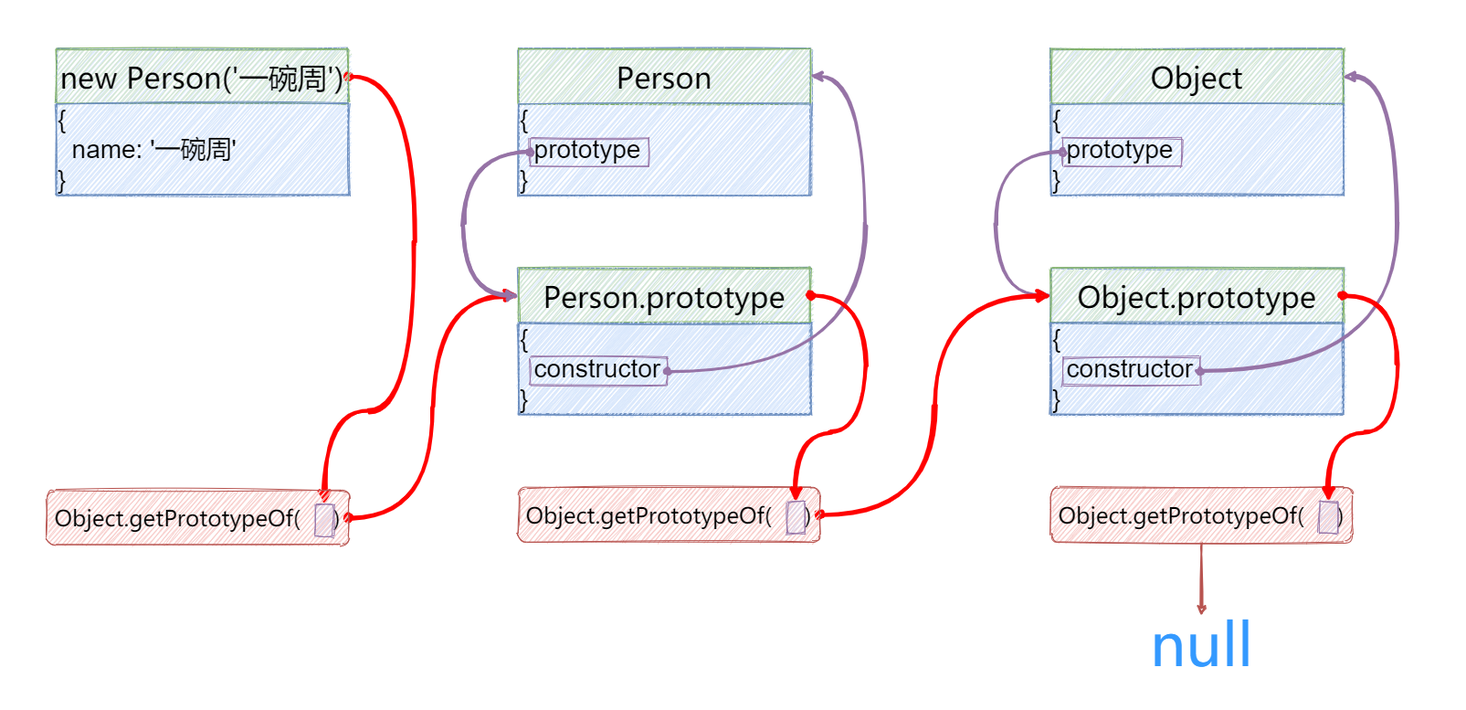
Above: 04_JavaScript高级语法/06_原型链/image/原型链.png in ywanzhou/Learn-front-end-from-scratc (draw.io), before the change. Source tidied: cells renumbered, new cells last; positions are measured from the earlier drawing's top-left corner, leaving out a move shared by most shapes.
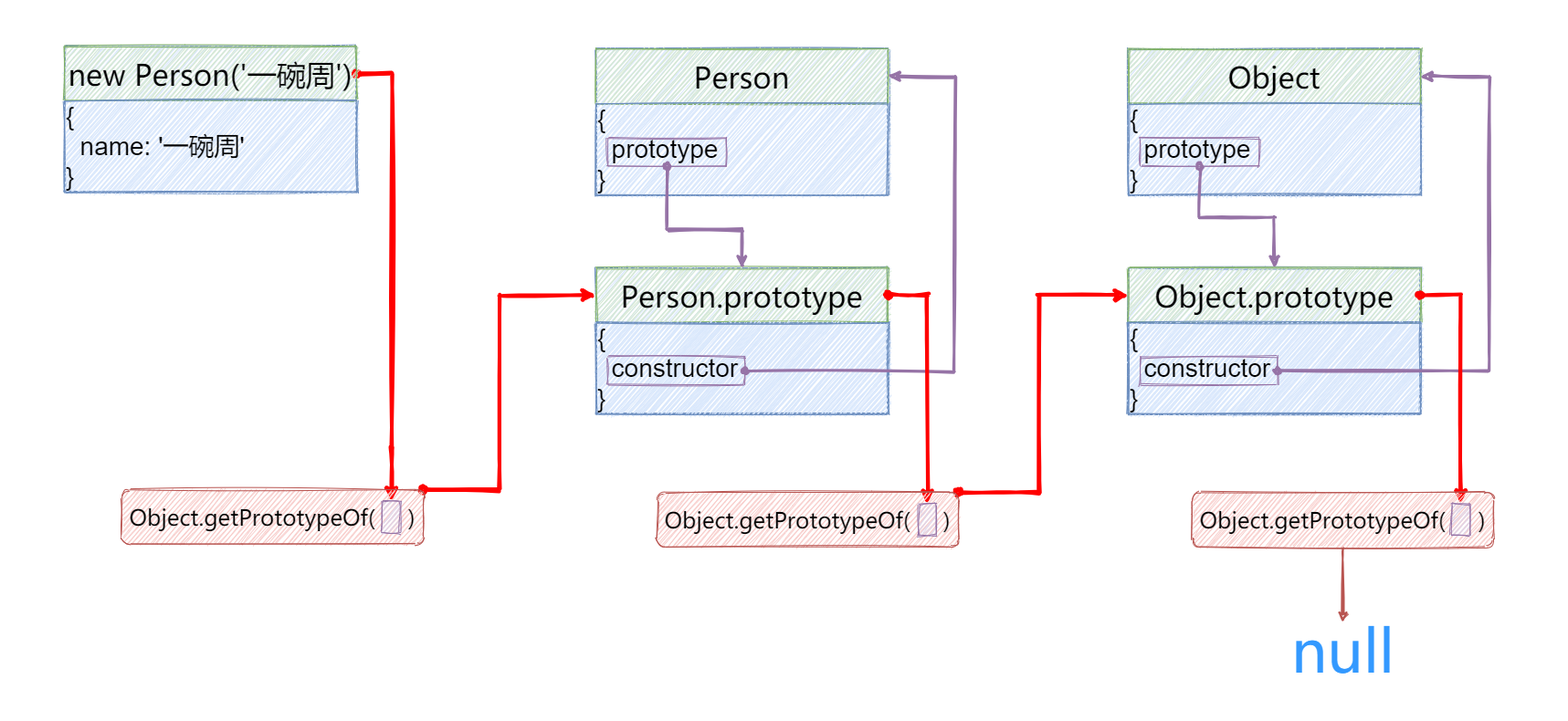
The same diagram one commit later.

Commit message:
原型链图优化

The edit, as a diff of the source:
```diff
@@ -2,6 +2,9 @@
   <root>
     <mxCell id="0" />
     <mxCell id="1" parent="0" />
+    <mxCell id="41" style="rounded=0;whiteSpace=wrap;html=1;fillColor=none;strokeColor=none;" parent="1" vertex="1">
+      <mxGeometry x="-85" width="1716" height="789" as="geometry" />
+    </mxCell>
     <mxCell id="2" style="rounded=0;whiteSpace=wrap;html=1;fillColor=#dae8fc;strokeColor=#6c8ebf;sketch=1;" parent="1" vertex="1">
       <mxGeometry x="1150" y="53" width="320" height="160" as="geometry" />
     </mxCell>
@@ -23,22 +26,17 @@
     <mxCell id="8" value="&lt;font style=&quot;font-size: 28px&quot;&gt;{&lt;br&gt;&amp;nbsp; constructor&lt;br&gt;}&lt;/font&gt;" style="rounded=0;whiteSpace=wrap;html=1;fillColor=#dae8fc;strokeColor=#6c8ebf;align=left;sketch=1;" parent="1" vertex="1">
       <mxGeometry x="1150" y="353" width="320" height="100" as="geometry" />
     </mxCell>
-    <mxCell id="9" style="edgeStyle=orthogonalEdgeStyle;curved=1;rounded=0;jettySize=auto;html=1;exitX=0;exitY=0.5;exitDx=0;exitDy=0;entryX=0;entryY=0.5;entryDx=0;entryDy=0;strokeWidth=3;fillColor=#e1d5e7;strokeColor=#9673a6;sketch=1;startArrow=oval;startFill=1;" parent="1" edge="1" source="10" target="5">
-      <mxGeometry relative="1" as="geometry">
-        <Array as="points">
-          <mxPoint x="1090" y="166" />
-          <mxPoint x="1090" y="323" />
-        </Array>
-      </mxGeometry>
+    <mxCell id="9" style="edgeStyle=orthogonalEdgeStyle;rounded=0;jettySize=auto;html=1;exitX=0.5;exitY=1;exitDx=0;exitDy=0;entryX=0.5;entryY=0;entryDx=0;entryDy=0;strokeWidth=3;fillColor=#e1d5e7;strokeColor=#9673a6;sketch=1;startArrow=oval;startFill=1;" parent="1" edge="1" source="10" target="5">
+      <mxGeometry relative="1" as="geometry" />
     </mxCell>
     <mxCell id="10" style="rounded=0;whiteSpace=wrap;html=1;strokeColor=#9673a6;fillColor=none;sketch=1;" parent="1" vertex="1">
       <mxGeometry x="1163" y="150.5" width="130" height="31" as="geometry" />
     </mxCell>
-    <mxCell id="11" style="edgeStyle=orthogonalEdgeStyle;curved=1;rounded=0;jettySize=auto;html=1;exitX=1;exitY=0.5;exitDx=0;exitDy=0;entryX=1;entryY=0.5;entryDx=0;entryDy=0;strokeWidth=3;fillColor=#e1d5e7;strokeColor=#9673a6;sketch=1;startArrow=oval;startFill=1;" parent="1" edge="1" source="12" target="3">
+    <mxCell id="11" style="edgeStyle=orthogonalEdgeStyle;rounded=0;jettySize=auto;html=1;exitX=1;exitY=0.5;exitDx=0;exitDy=0;entryX=1;entryY=0.5;entryDx=0;entryDy=0;strokeWidth=3;fillColor=#e1d5e7;strokeColor=#9673a6;sketch=1;startArrow=oval;startFill=1;" parent="1" edge="1" source="12" target="3">
       <mxGeometry relative="1" as="geometry">
         <Array as="points">
-          <mxPoint x="1530" y="406" />
-          <mxPoint x="1530" y="83" />
+          <mxPoint x="1545" y="406" />
+          <mxPoint x="1545" y="83" />
         </Array>
       </mxGeometry>
     </mxCell>
@@ -48,23 +46,15 @@
     <mxCell id="13" style="edgeStyle=orthogonalEdgeStyle;curved=1;rounded=0;jettySize=auto;html=1;exitX=0.5;exitY=1;exitDx=0;exitDy=0;entryX=0.5;entryY=0;entryDx=0;entryDy=0;strokeWidth=2;fillColor=#f8cecc;strokeColor=#b85450;sketch=1;" parent="1" edge="1" source="14" target="17">
       <mxGeometry relative="1" as="geometry" />
     </mxCell>
-    <mxCell id="14" value="&lt;font face=&quot;ZCOOL KuaiLe&quot; style=&quot;font-size: 24px&quot;&gt;Object.getPrototypeOf(&lt;/font&gt;&lt;font face=&quot;ZCOOL KuaiLe&quot; size=&quot;1&quot;&gt;&amp;nbsp; &amp;nbsp; &amp;nbsp; &amp;nbsp; &amp;nbsp; &amp;nbsp;&amp;nbsp;&lt;/font&gt;&lt;font face=&quot;ZCOOL KuaiLe&quot; style=&quot;font-size: 24px&quot;&gt;)&lt;/font&gt;" style="rounded=1;whiteSpace=wrap;html=1;fillColor=#f8cecc;strokeColor=#b85450;sketch=1;" parent="1" vertex="1">
-      <mxGeometry x="1150" y="533" width="330" height="60" as="geometry" />
-    </mxCell>
-    <mxCell id="15" style="rounded=0;whiteSpace=wrap;html=1;fillColor=#e1d5e7;strokeColor=#9673a6;sketch=1;" parent="1" vertex="1">
-      <mxGeometry x="1444" y="548.5" width="20" height="35" as="geometry" />
-    </mxCell>
-    <mxCell id="16" style="edgeStyle=orthogonalEdgeStyle;curved=1;rounded=0;jettySize=auto;html=1;exitX=1;exitY=0.5;exitDx=0;exitDy=0;entryX=0.5;entryY=0;entryDx=0;entryDy=0;strokeWidth=4;fillColor=#f8cecc;sketch=1;startArrow=oval;startFill=1;strokeColor=#FF0000;" parent="1" edge="1" source="5" target="15">
+    <mxCell id="16" style="edgeStyle=orthogonalEdgeStyle;rounded=0;jettySize=auto;html=1;exitX=1;exitY=0.5;exitDx=0;exitDy=0;entryX=0.5;entryY=0;entryDx=0;entryDy=0;strokeWidth=4;fillColor=#f8cecc;sketch=1;startArrow=oval;startFill=1;strokeColor=#FF0000;" parent="1" edge="1" source="5" target="15">
       <mxGeometry relative="1" as="geometry">
         <Array as="points">
-          <mxPoint x="1530" y="323" />
-          <mxPoint x="1530" y="473" />
-          <mxPoint x="1454" y="473" />
+          <mxPoint x="1514" y="323" />
         </Array>
       </mxGeometry>
     </mxCell>
     <mxCell id="17" value="&lt;font style=&quot;font-size: 64px&quot; face=&quot;ZCOOL KuaiLe&quot; color=&quot;#3399ff&quot;&gt;null&lt;/font&gt;" style="text;html=1;fillColor=none;align=center;verticalAlign=middle;whiteSpace=wrap;rounded=0;sketch=1;" parent="1" vertex="1">
-      <mxGeometry x="1247.5" y="673" width="135" height="60" as="geometry" />
+      <mxGeometry x="1317.5" y="681" width="135" height="60" as="geometry" />
     </mxCell>
     <mxCell id="18" style="rounded=0;whiteSpace=wrap;html=1;fillColor=#dae8fc;strokeColor=#6c8ebf;sketch=1;" parent="1" vertex="1">
       <mxGeometry x="567" y="53" width="320" height="160" as="geometry" />
@@ -87,85 +77,95 @@
     <mxCell id="24" value="&lt;font style=&quot;font-size: 28px&quot;&gt;{&lt;br&gt;&amp;nbsp; constructor&lt;br&gt;}&lt;/font&gt;" style="rounded=0;whiteSpace=wrap;html=1;fillColor=#dae8fc;strokeColor=#6c8ebf;align=left;sketch=1;" parent="1" vertex="1">
       <mxGeometry x="567" y="353" width="320" height="100" as="geometry" />
     </mxCell>
-    <mxCell id="25" style="edgeStyle=orthogonalEdgeStyle;curved=1;rounded=0;jettySize=auto;html=1;exitX=0;exitY=0.5;exitDx=0;exitDy=0;entryX=0;entryY=0.5;entryDx=0;entryDy=0;strokeWidth=3;fillColor=#e1d5e7;strokeColor=#9673a6;sketch=1;" parent="1" edge="1" source="26" target="21">
-      <mxGeometry relative="1" as="geometry">
-        <Array as="points">
-          <mxPoint x="507" y="166" />
-          <mxPoint x="507" y="323" />
-        </Array>
-      </mxGeometry>
-    </mxCell>
     <mxCell id="26" style="rounded=0;whiteSpace=wrap;html=1;strokeColor=#9673a6;fillColor=none;sketch=1;" parent="1" vertex="1">
       <mxGeometry x="580" y="150.5" width="130" height="31" as="geometry" />
     </mxCell>
-    <mxCell id="27" style="edgeStyle=orthogonalEdgeStyle;curved=1;rounded=0;jettySize=auto;html=1;exitX=1;exitY=0.5;exitDx=0;exitDy=0;entryX=1;entryY=0.5;entryDx=0;entryDy=0;strokeWidth=3;fillColor=#e1d5e7;strokeColor=#9673a6;sketch=1;startArrow=oval;startFill=1;" parent="1" edge="1" source="28" target="19">
+    <mxCell id="27" style="edgeStyle=orthogonalEdgeStyle;rounded=0;jettySize=auto;html=1;exitX=1;exitY=0.5;exitDx=0;exitDy=0;entryX=1;entryY=0.5;entryDx=0;entryDy=0;strokeWidth=3;fillColor=#e1d5e7;strokeColor=#9673a6;sketch=1;startArrow=oval;startFill=1;" parent="1" edge="1" source="28" target="19">
       <mxGeometry relative="1" as="geometry">
         <Array as="points">
-          <mxPoint x="947" y="406" />
-          <mxPoint x="947" y="83" />
+          <mxPoint x="960" y="406" />
+          <mxPoint x="960" y="83" />
         </Array>
       </mxGeometry>
     </mxCell>
     <mxCell id="28" style="rounded=0;whiteSpace=wrap;html=1;strokeColor=#9673a6;fillColor=none;sketch=1;" parent="1" vertex="1">
       <mxGeometry x="580" y="390.5" width="150" height="31" as="geometry" />
     </mxCell>
-    <mxCell id="29" style="edgeStyle=orthogonalEdgeStyle;curved=1;rounded=0;jettySize=auto;html=1;exitX=1;exitY=0.5;exitDx=0;exitDy=0;entryX=0;entryY=0.5;entryDx=0;entryDy=0;strokeWidth=4;fillColor=#f8cecc;sketch=1;startArrow=oval;startFill=1;strokeColor=#FF0000;" parent="1" edge="1" source="30" target="5">
-      <mxGeometry relative="1" as="geometry" />
+    <mxCell id="29" style="edgeStyle=orthogonalEdgeStyle;rounded=0;jettySize=auto;html=1;exitX=1;exitY=0;exitDx=0;exitDy=0;entryX=0;entryY=0.5;entryDx=0;entryDy=0;strokeWidth=4;fillColor=#f8cecc;sketch=1;startArrow=oval;startFill=1;strokeColor=#FF0000;" parent="1" edge="1" source="30" target="5">
+      <mxGeometry relative="1" as="geometry">
+        <Array as="points">
+          <mxPoint x="1052" y="539" />
+          <mxPoint x="1052" y="323" />
+        </Array>
+      </mxGeometry>
     </mxCell>
-    <mxCell id="30" value="&lt;font face=&quot;ZCOOL KuaiLe&quot; style=&quot;font-size: 24px&quot;&gt;Object.getPrototypeOf(&lt;/font&gt;&lt;font face=&quot;ZCOOL KuaiLe&quot; size=&quot;1&quot;&gt;&amp;nbsp; &amp;nbsp; &amp;nbsp; &amp;nbsp; &amp;nbsp; &amp;nbsp;&amp;nbsp;&lt;/font&gt;&lt;font face=&quot;ZCOOL KuaiLe&quot; style=&quot;font-size: 24px&quot;&gt;)&lt;/font&gt;" style="rounded=1;whiteSpace=wrap;html=1;fillColor=#f8cecc;strokeColor=#b85450;sketch=1;" parent="1" vertex="1">
-      <mxGeometry x="567" y="533" width="330" height="60" as="geometry" />
-    </mxCell>
-    <mxCell id="31" style="rounded=0;whiteSpace=wrap;html=1;fillColor=#e1d5e7;strokeColor=#9673a6;sketch=1;" parent="1" vertex="1">
-      <mxGeometry x="861" y="548.5" width="20" height="35" as="geometry" />
-    </mxCell>
-    <mxCell id="32" style="edgeStyle=orthogonalEdgeStyle;curved=1;rounded=0;jettySize=auto;html=1;exitX=1;exitY=0.5;exitDx=0;exitDy=0;entryX=0.5;entryY=0;entryDx=0;entryDy=0;strokeWidth=4;fillColor=#f8cecc;sketch=1;startArrow=oval;startFill=1;strokeColor=#FF0000;" parent="1" edge="1" source="21" target="31">
+    <mxCell id="32" style="edgeStyle=orthogonalEdgeStyle;rounded=0;jettySize=auto;html=1;exitX=1;exitY=0.5;exitDx=0;exitDy=0;entryX=0.5;entryY=0;entryDx=0;entryDy=0;strokeWidth=4;fillColor=#f8cecc;sketch=1;startArrow=oval;startFill=1;strokeColor=#FF0000;" parent="1" edge="1" source="21" target="31">
       <mxGeometry relative="1" as="geometry">
         <Array as="points">
-          <mxPoint x="947" y="323" />
-          <mxPoint x="947" y="473" />
-          <mxPoint x="871" y="473" />
+          <mxPoint x="930" y="323" />
         </Array>
       </mxGeometry>
     </mxCell>
     <mxCell id="33" style="rounded=0;whiteSpace=wrap;html=1;fillColor=#dae8fc;strokeColor=#6c8ebf;sketch=1;" parent="1" vertex="1">
-      <mxGeometry x="61" y="53" width="320" height="160" as="geometry" />
+      <mxGeometry x="-15" y="50" width="320" height="160" as="geometry" />
     </mxCell>
-    <mxCell id="34" style="edgeStyle=orthogonalEdgeStyle;rounded=0;jettySize=auto;html=1;exitX=1;exitY=0.5;exitDx=0;exitDy=0;entryX=0.5;entryY=0;entryDx=0;entryDy=0;fillColor=#f8cecc;strokeWidth=4;curved=1;sketch=1;startArrow=oval;startFill=1;strokeColor=#FF0000;" parent="1" edge="1" source="35" target="39">
+    <mxCell id="34" style="rounded=0;jettySize=auto;html=1;exitX=1;exitY=0.5;exitDx=0;exitDy=0;entryX=0.5;entryY=0;entryDx=0;entryDy=0;fillColor=#f8cecc;strokeWidth=4;sketch=1;startArrow=oval;startFill=1;strokeColor=#FF0000;edgeStyle=orthogonalEdgeStyle;" parent="1" edge="1" source="35" target="39">
       <mxGeometry relative="1" as="geometry">
         <Array as="points">
-          <mxPoint x="453" y="83" />
-          <mxPoint x="453" y="449" />
-          <mxPoint x="355" y="449" />
+          <mxPoint x="344" y="80" />
+          <mxPoint x="344" y="490" />
+          <mxPoint x="343" y="490" />
         </Array>
       </mxGeometry>
     </mxCell>
     <mxCell id="35" value="&lt;font style=&quot;font-size: 32px&quot; face=&quot;ZCOOL KuaiLe&quot;&gt;new Person('一碗周')&lt;/font&gt;" style="rounded=0;whiteSpace=wrap;html=1;fillColor=#d5e8d4;strokeColor=#82b366;sketch=1;" parent="1" vertex="1">
-      <mxGeometry x="61" y="53" width="320" height="60" as="geometry" />
+      <mxGeometry x="-15" y="50" width="320" height="60" as="geometry" />
     </mxCell>
     <mxCell id="36" value="&lt;font style=&quot;font-size: 28px&quot;&gt;{&lt;br&gt;&amp;nbsp; name: '一碗周'&lt;br&gt;}&lt;/font&gt;" style="rounded=0;whiteSpace=wrap;html=1;fillColor=#dae8fc;strokeColor=#6c8ebf;align=left;sketch=1;" parent="1" vertex="1">
-      <mxGeometry x="61" y="113" width="320" height="100" as="geometry" />
+      <mxGeometry x="-15" y="110" width="320" height="100" as="geometry" />
     </mxCell>
-    <mxCell id="37" style="edgeStyle=orthogonalEdgeStyle;curved=1;rounded=0;sketch=1;jettySize=auto;html=1;exitX=1;exitY=0.5;exitDx=0;exitDy=0;entryX=0;entryY=0.5;entryDx=0;entryDy=0;strokeWidth=4;fillColor=#f8cecc;startArrow=oval;startFill=1;strokeColor=#FF0000;" parent="1" edge="1" source="38" target="21">
-      <mxGeometry relative="1" as="geometry" />
+    <mxCell id="37" style="edgeStyle=orthogonalEdgeStyle;rounded=0;sketch=1;jettySize=auto;html=1;exitX=1;exitY=0;exitDx=0;exitDy=0;entryX=0;entryY=0.5;entryDx=0;entryDy=0;strokeWidth=4;fillColor=#f8cecc;startArrow=oval;startFill=1;strokeColor=#FF0000;" parent="1" edge="1" source="38" target="21">
+      <mxGeometry relative="1" as="geometry">
+        <Array as="points">
+          <mxPoint x="462" y="536" />
+          <mxPoint x="462" y="323" />
+        </Array>
+      </mxGeometry>
     </mxCell>
+    <mxCell id="40" style="edgeStyle=orthogonalEdgeStyle;rounded=0;jettySize=auto;html=1;exitX=0.5;exitY=1;exitDx=0;exitDy=0;entryX=0.5;entryY=0;entryDx=0;entryDy=0;strokeWidth=3;fillColor=#e1d5e7;strokeColor=#9673a6;sketch=1;startArrow=oval;startFill=1;" parent="1" edge="1" source="26" target="21">
+      <mxGeometry relative="1" as="geometry">
+        <Array as="points">
+          <mxPoint x="645" y="251" />
+          <mxPoint x="727" y="251" />
+        </Array>
+      </mxGeometry>
+    </mxCell>
+    <mxCell id="42" style="group;" parent="1" vertex="1">
+      <mxGeometry x="48" y="536" width="330" height="60" as="geometry" />
+    </mxCell>
-    <mxCell id="38" value="&lt;font face=&quot;ZCOOL KuaiLe&quot; style=&quot;font-size: 24px&quot;&gt;Object.getPrototypeOf(&lt;/font&gt;&lt;font face=&quot;ZCOOL KuaiLe&quot; size=&quot;1&quot;&gt;&amp;nbsp; &amp;nbsp; &amp;nbsp; &amp;nbsp; &amp;nbsp; &amp;nbsp;&amp;nbsp;&lt;/font&gt;&lt;font face=&quot;ZCOOL KuaiLe&quot; style=&quot;font-size: 24px&quot;&gt;)&lt;/font&gt;" style="rounded=1;whiteSpace=wrap;html=1;fillColor=#f8cecc;strokeColor=#b85450;sketch=1;" parent="1" vertex="1">
-      <mxGeometry x="51" y="536" width="330" height="60" as="geometry" />
+    <mxCell id="38" value="&lt;font face=&quot;ZCOOL KuaiLe&quot; style=&quot;font-size: 24px&quot;&gt;Object.getPrototypeOf(&lt;/font&gt;&lt;font face=&quot;ZCOOL KuaiLe&quot; size=&quot;1&quot;&gt;&amp;nbsp; &amp;nbsp; &amp;nbsp; &amp;nbsp; &amp;nbsp; &amp;nbsp;&amp;nbsp;&lt;/font&gt;&lt;font face=&quot;ZCOOL KuaiLe&quot; style=&quot;font-size: 24px&quot;&gt;)&lt;/font&gt;" style="rounded=1;whiteSpace=wrap;html=1;fillColor=#f8cecc;strokeColor=#b85450;sketch=1;" parent="42" vertex="1">
+      <mxGeometry width="330" height="60" as="geometry" />
     </mxCell>
-    <mxCell id="39" style="rounded=0;whiteSpace=wrap;html=1;fillColor=#e1d5e7;strokeColor=#9673a6;sketch=1;" parent="1" vertex="1">
-      <mxGeometry x="345" y="551.5" width="20" height="35" as="geometry" />
+    <mxCell id="39" style="rounded=0;whiteSpace=wrap;html=1;fillColor=#e1d5e7;strokeColor=#9673a6;sketch=1;" parent="42" vertex="1">
+      <mxGeometry x="285" y="12.5" width="20" height="35" as="geometry" />
     </mxCell>
-    <mxCell id="40" style="edgeStyle=orthogonalEdgeStyle;curved=1;rounded=0;orthogonalLoop=1;jettySize=auto;html=1;exitX=0;exitY=0.5;exitDx=0;exitDy=0;entryX=0;entryY=0.5;entryDx=0;entryDy=0;strokeWidth=3;fillColor=#e1d5e7;strokeColor=#9673a6;sketch=1;startArrow=oval;startFill=1;" parent="1" edge="1">
-      <mxGeometry relative="1" as="geometry">
-        <mxPoint x="580" y="166" as="sourcePoint" />
-        <mxPoint x="567" y="323" as="targetPoint" />
-        <Array as="points">
-          <mxPoint x="507" y="166" />
-          <mxPoint x="507" y="323" />
-        </Array>
-      </mxGeometry>
-    </mxCell>
-    <mxCell id="41" style="rounded=0;whiteSpace=wrap;html=1;fillColor=none;strokeColor=none;" parent="1" vertex="1">
-      <mxGeometry width="1604" height="776" as="geometry" />
-    </mxCell>
+    <mxCell id="43" style="group;" parent="1" vertex="1">
+      <mxGeometry x="634" y="539" width="330" height="60" as="geometry" />
+    </mxCell>
+    <mxCell id="30" value="&lt;font face=&quot;ZCOOL KuaiLe&quot; style=&quot;font-size: 24px&quot;&gt;Object.getPrototypeOf(&lt;/font&gt;&lt;font face=&quot;ZCOOL KuaiLe&quot; size=&quot;1&quot;&gt;&amp;nbsp; &amp;nbsp; &amp;nbsp; &amp;nbsp; &amp;nbsp; &amp;nbsp;&amp;nbsp;&lt;/font&gt;&lt;font face=&quot;ZCOOL KuaiLe&quot; style=&quot;font-size: 24px&quot;&gt;)&lt;/font&gt;" style="rounded=1;whiteSpace=wrap;html=1;fillColor=#f8cecc;strokeColor=#b85450;sketch=1;" parent="43" vertex="1">
+      <mxGeometry width="330" height="60" as="geometry" />
+    </mxCell>
+    <mxCell id="31" style="rounded=0;whiteSpace=wrap;html=1;fillColor=#e1d5e7;strokeColor=#9673a6;sketch=1;" parent="43" vertex="1">
+      <mxGeometry x="286" y="12.5" width="20" height="35" as="geometry" />
+    </mxCell>
+    <mxCell id="44" style="group;" parent="1" vertex="1">
+      <mxGeometry x="1220" y="539" width="330" height="60" as="geometry" />
+    </mxCell>
+    <mxCell id="14" value="&lt;font face=&quot;ZCOOL KuaiLe&quot; style=&quot;font-size: 24px&quot;&gt;Object.getPrototypeOf(&lt;/font&gt;&lt;font face=&quot;ZCOOL KuaiLe&quot; size=&quot;1&quot;&gt;&amp;nbsp; &amp;nbsp; &amp;nbsp; &amp;nbsp; &amp;nbsp; &amp;nbsp;&amp;nbsp;&lt;/font&gt;&lt;font face=&quot;ZCOOL KuaiLe&quot; style=&quot;font-size: 24px&quot;&gt;)&lt;/font&gt;" style="rounded=1;whiteSpace=wrap;html=1;fillColor=#f8cecc;strokeColor=#b85450;sketch=1;" parent="44" vertex="1">
+      <mxGeometry width="330" height="60" as="geometry" />
+    </mxCell>
+    <mxCell id="15" style="rounded=0;whiteSpace=wrap;html=1;fillColor=#e1d5e7;strokeColor=#9673a6;sketch=1;" parent="44" vertex="1">
+      <mxGeometry x="284" y="12.5" width="20" height="35" as="geometry" />
+    </mxCell>
   </root>
 </mxGraphModel>
```
